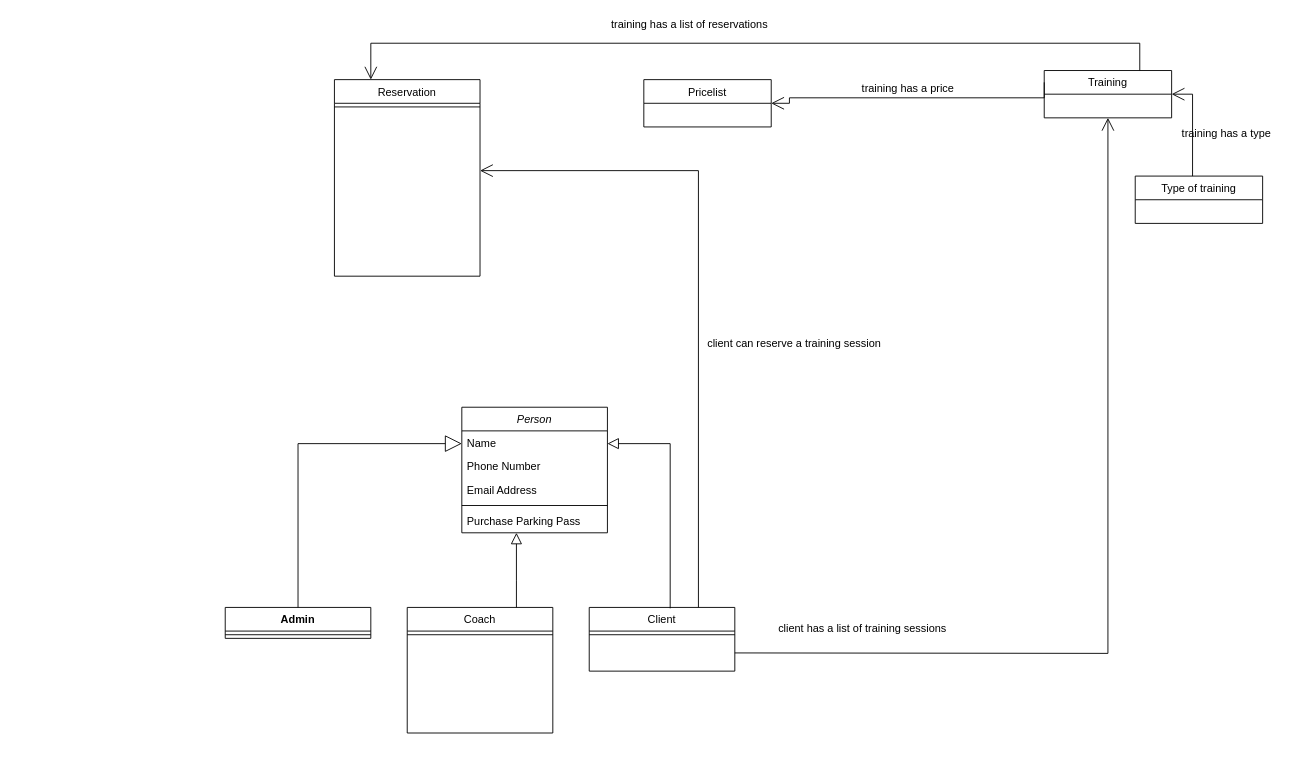
ElenaKrunic/TwiggyGymSoftware keeps this draw.io diagram as TwiggyDataModel.drawio. Above is the earlier version. Source tidied: cells renumbered, new cells numbered last; positions are measured from the earlier drawing's top-left corner, leaving out a move shared by most shapes. Both pictures are drawn from the tidied source at 91%, with x=0, y=0 at pixel (225, 15).
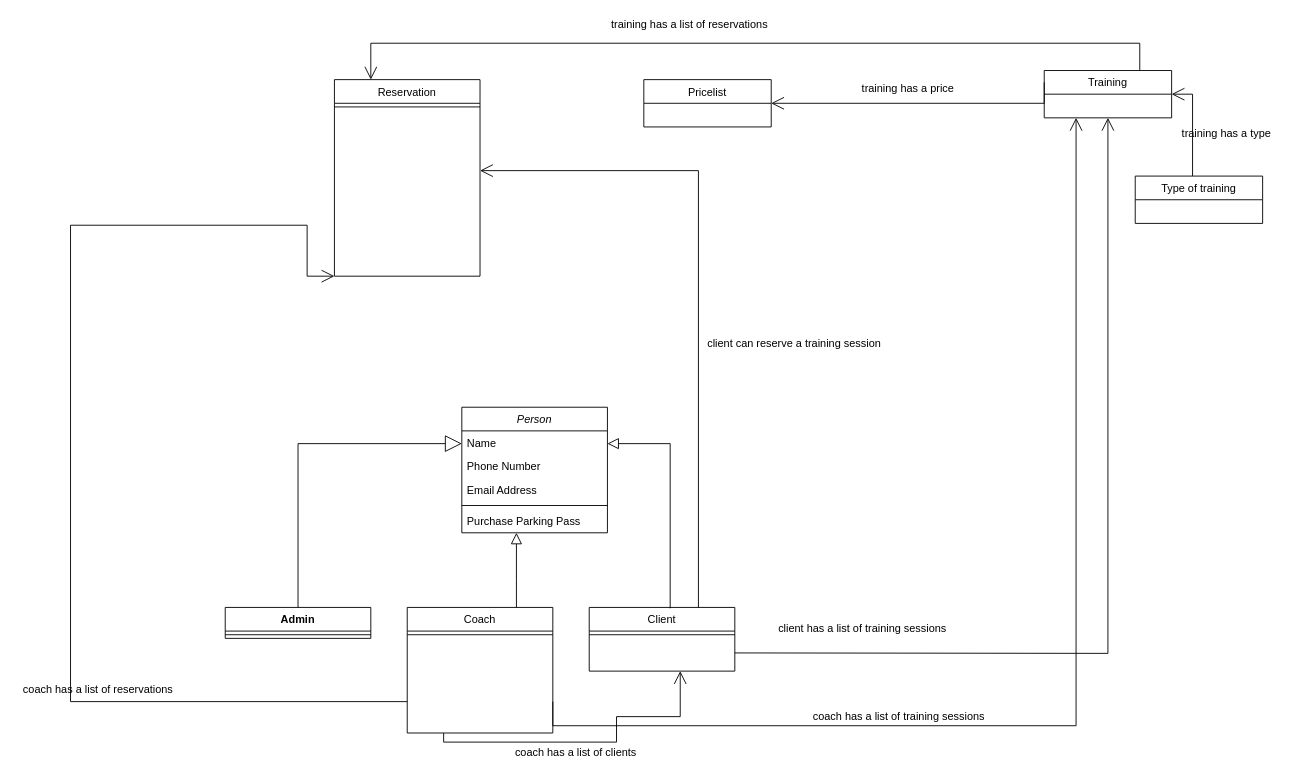
The same diagram, later.

Unchanged cells that the change refers to:
```xml
<mxCell id="8" value="Coach" style="swimlane;fontStyle=0;align=center;verticalAlign=top;horizontal=1;startSize=26;rounded=0;shadow=0;strokeWidth=1;" parent="1" vertex="1">
  <mxGeometry x="200" y="650" width="160" height="138" as="geometry" />
</mxCell>
<mxCell id="19" value="Pricelist" style="swimlane;fontStyle=0;horizontal=1;startSize=26;fillColor=none;" parent="1" vertex="1">
  <mxGeometry x="460" y="70" width="140" height="52" as="geometry" />
</mxCell>
<mxCell id="20" value="Training" style="swimlane;fontStyle=0;horizontal=1;startSize=26;fillColor=none;" parent="1" vertex="1">
  <mxGeometry x="900" y="60" width="140" height="52" as="geometry" />
</mxCell>
```

Diff of the diagram source:
```diff
@@
     <mxCell id="23" style="endArrow=open;endFill=1;endSize=12;html=1;rounded=0;edgeStyle=orthogonalEdgeStyle;exitX=0;exitY=0.25;exitDx=0;exitDy=0;entryX=1;entryY=0.5;entryDx=0;entryDy=0;" parent="1" edge="1" source="20" target="19">
       <mxGeometry relative="1" as="geometry">
         <Array as="points">
-          <mxPoint x="900" y="90" />
-          <mxPoint x="620" y="90" />
-          <mxPoint x="620" y="96" />
+          <mxPoint x="900" y="96" />
         </Array>
       </mxGeometry>
     </mxCell>
@@
+    <mxCell id="32" style="endArrow=open;endFill=1;endSize=12;html=1;rounded=0;edgeStyle=orthogonalEdgeStyle;exitX=0.25;exitY=1;exitDx=0;exitDy=0;" parent="1" edge="1" source="8">
+      <mxGeometry relative="1" as="geometry">
+        <mxPoint x="500" y="720" as="targetPoint" />
+        <Array as="points">
+          <mxPoint x="240" y="798" />
+          <mxPoint x="430" y="798" />
+          <mxPoint x="430" y="770" />
+          <mxPoint x="500" y="770" />
+        </Array>
+      </mxGeometry>
+    </mxCell>
+    <mxCell id="33" value="coach has a list of clients&lt;br&gt;" style="text;html=1;align=center;verticalAlign=middle;strokeColor=none;fillColor=none;" parent="1" vertex="1">
+      <mxGeometry x="310" y="800" width="150" height="20" as="geometry" />
+    </mxCell>
+    <mxCell id="34" style="endArrow=open;endFill=1;endSize=12;html=1;rounded=0;edgeStyle=orthogonalEdgeStyle;entryX=0.25;entryY=1;entryDx=0;entryDy=0;exitX=1;exitY=0.75;exitDx=0;exitDy=0;" parent="1" edge="1" source="8" target="20">
+      <mxGeometry relative="1" as="geometry">
+        <Array as="points">
+          <mxPoint x="360" y="780" />
+          <mxPoint x="935" y="780" />
+        </Array>
+      </mxGeometry>
+    </mxCell>
+    <mxCell id="35" value="coach has a list of training sessions" style="text;html=1;align=center;verticalAlign=middle;strokeColor=none;fillColor=none;" parent="1" vertex="1">
+      <mxGeometry x="640" y="760" width="200" height="20" as="geometry" />
+    </mxCell>
+    <mxCell id="36" style="endArrow=open;endFill=1;endSize=12;html=1;rounded=0;edgeStyle=orthogonalEdgeStyle;exitX=0;exitY=0.75;exitDx=0;exitDy=0;" parent="1" edge="1" source="8">
+      <mxGeometry relative="1" as="geometry">
+        <mxPoint x="120" y="286" as="targetPoint" />
+        <Array as="points">
+          <mxPoint x="-170" y="754" />
+          <mxPoint x="-170" y="230" />
+          <mxPoint x="90" y="230" />
+          <mxPoint x="90" y="286" />
+        </Array>
+      </mxGeometry>
+    </mxCell>
+    <mxCell id="37" value="coach has a list of reservations" style="text;html=1;align=center;verticalAlign=middle;strokeColor=none;fillColor=none;" parent="1" vertex="1">
+      <mxGeometry x="-230" y="730" width="180" height="20" as="geometry" />
+    </mxCell>
```
